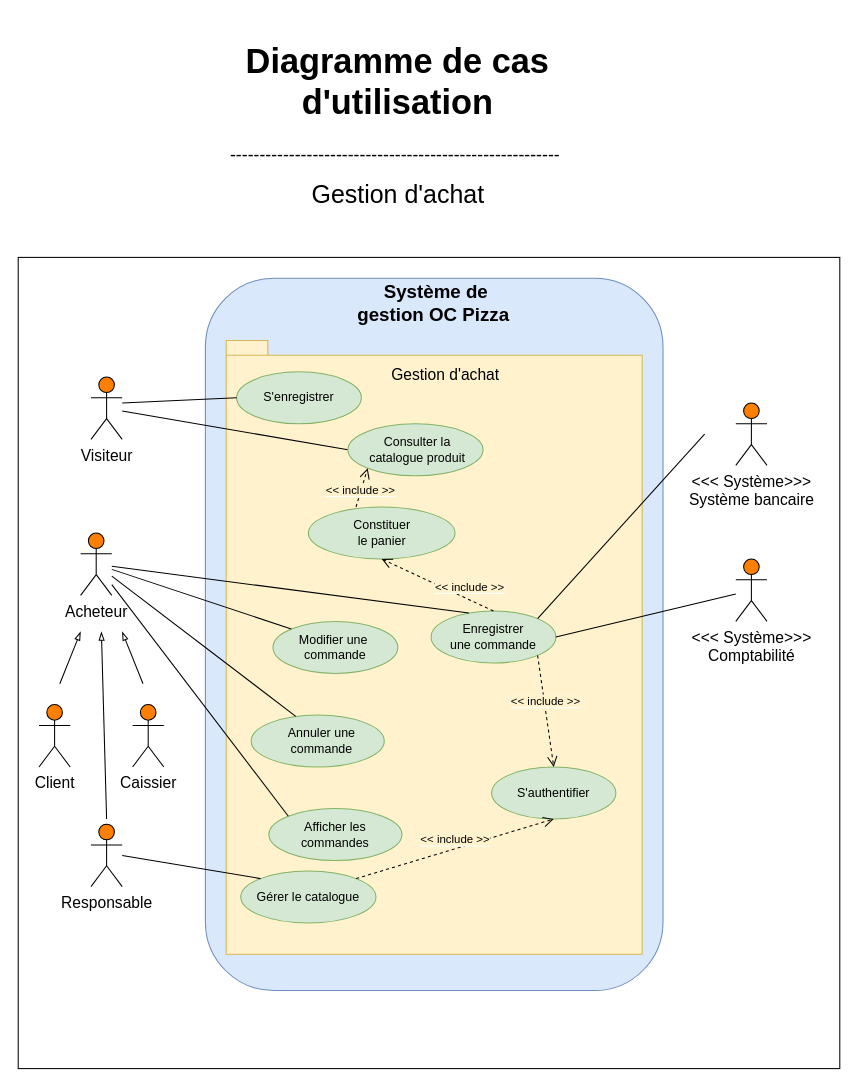
Above: page "Gestion d'achat" (1 of 5) of Use case Diagram.drawio in Maayaavi/OC_Project_4 (draw.io), before the change. Source tidied: cells renumbered, new cells numbered last; positions are measured from the earlier drawing's top-left corner, leaving out a move shared by most shapes. Both pictures are drawn from the tidied source at 104%, with x=0, y=0 at pixel (18, 28).
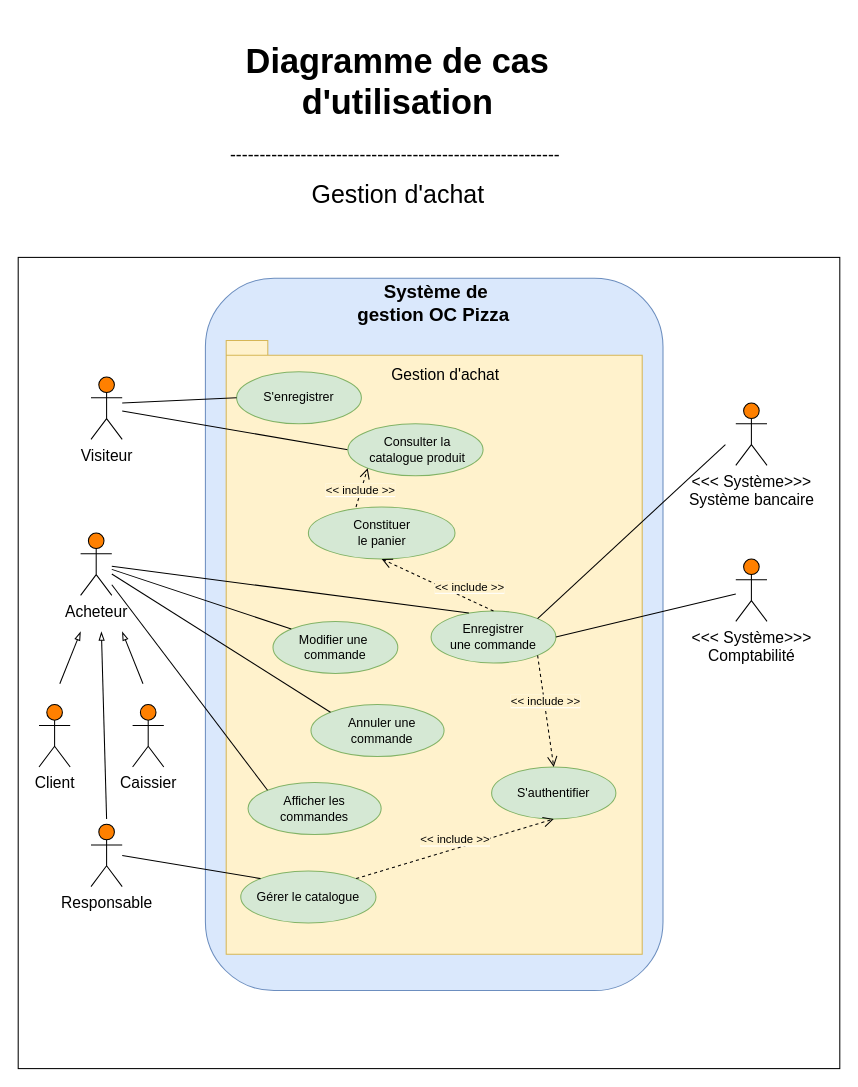
The same page after the edit.

The change refers to these unchanged cells:
```xml
<mxCell id="7" value="Acheteur" style="shape=umlActor;verticalLabelPosition=bottom;labelBackgroundColor=#ffffff;verticalAlign=top;html=1;outlineConnect=0;fontSize=15;fillColor=#FF8000;" parent="1" vertex="1">
  <mxGeometry x="60" y="485" width="30" height="60" as="geometry" />
</mxCell>
<mxCell id="15" style="ellipse;whiteSpace=wrap;html=1;fillColor=#d5e8d4;strokeColor=#82b366;" parent="1" vertex="1">
  <mxGeometry x="397" y="560" width="120" height="50" as="geometry" />
</mxCell>
```

Diff of the diagram source:
```diff
@@
     <mxCell id="17" style="endArrow=none;html=1;exitX=1;exitY=0;exitDx=0;exitDy=0;" parent="1" edge="1" source="15">
       <mxGeometry relative="1" as="geometry">
-        <mxPoint x="660" y="390" as="targetPoint" />
+        <mxPoint x="680" y="400" as="targetPoint" />
       </mxGeometry>
     </mxCell>
@@
     <mxCell id="24" style="ellipse;whiteSpace=wrap;html=1;fillColor=#d5e8d4;strokeColor=#82b366;" parent="1" vertex="1">
-      <mxGeometry x="241" y="750" width="128" height="50" as="geometry" />
+      <mxGeometry x="221" y="725" width="128" height="50" as="geometry" />
     </mxCell>
     <mxCell id="25" value="Afficher les &lt;br&gt;commandes" style="text;html=1;strokeColor=none;fillColor=none;align=center;verticalAlign=middle;whiteSpace=wrap;rounded=0;" parent="1" vertex="1">
-      <mxGeometry x="200" y="765" width="210" height="20" as="geometry" />
+      <mxGeometry x="180" y="740" width="210" height="20" as="geometry" />
     </mxCell>
@@
     <mxCell id="27" style="ellipse;whiteSpace=wrap;html=1;fillColor=#d5e8d4;strokeColor=#82b366;" parent="1" vertex="1">
-      <mxGeometry x="224" y="660" width="128" height="50" as="geometry" />
+      <mxGeometry x="281.5" y="650" width="128" height="50" as="geometry" />
     </mxCell>
     <mxCell id="28" value="Annuler une &lt;br&gt;commande" style="text;html=1;strokeColor=none;fillColor=none;align=center;verticalAlign=middle;whiteSpace=wrap;rounded=0;" parent="1" vertex="1">
-      <mxGeometry x="187" y="675" width="210" height="20" as="geometry" />
+      <mxGeometry x="244.5" y="665" width="210" height="20" as="geometry" />
     </mxCell>
@@
-    <mxCell id="43" style="endArrow=none;html=1;entryX=0.335;entryY=0.025;entryDx=0;entryDy=0;entryPerimeter=0;" parent="1" edge="1" source="7" target="27">
+    <mxCell id="43" style="endArrow=none;html=1;entryX=0;entryY=0;entryDx=0;entryDy=0;" parent="1" edge="1" source="7" target="27">
       <mxGeometry relative="1" as="geometry" />
     </mxCell>
```
